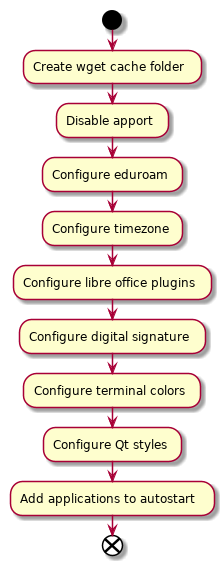
This is docs/uml/system-config.png from cslucr/ubuntu-ucr, a PlantUML export, as it was before one commit.
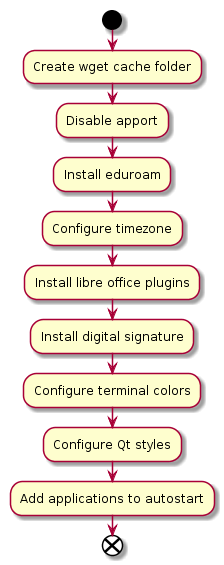
The same diagram one commit later.

Commit message:
Added libre office plugins, updated uml to put system config as last step, add digital signature tasks file, don't gather facts on customization

The edit, as a diff of the source:
```diff
@@ -2,10 +2,10 @@
 start
 :Create wget cache folder;
 :Disable apport;
-:Configure eduroam;
+:Install eduroam;
 :Configure timezone;
-:Configure libre office plugins;
-:Configure digital signature;
+:Install libre office plugins;
+:Install digital signature;
 :Configure terminal colors;
 :Configure Qt styles;
 :Add applications to autostart;
```
